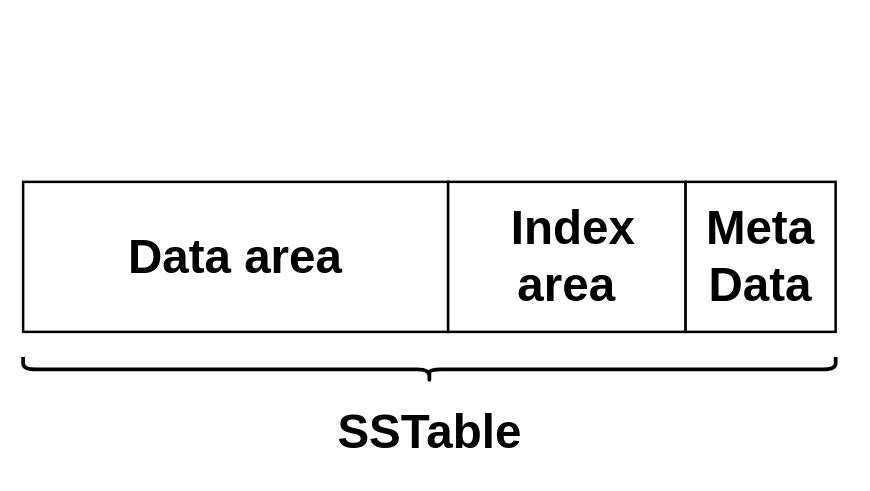
auula/draw.io keeps this draw.io diagram as sst-structure.drawio. Above is the earlier version. Source tidied: cells renumbered, new cells numbered last; positions are measured from the earlier drawing's top-left corner, leaving out a move shared by most shapes. Both pictures are drawn from the tidied source at 125%, with x=0, y=0 at pixel (22, -38).
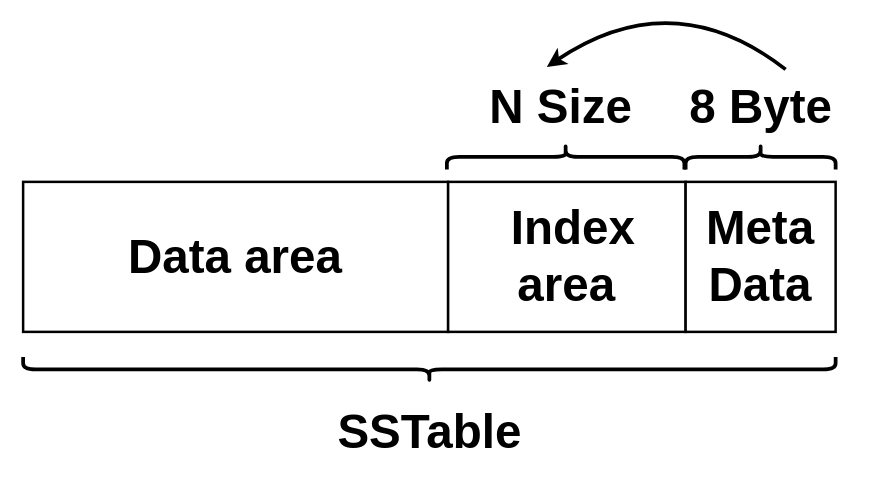
The same diagram, later.

What changed in the source:
```diff
@@
 <mxGraphModel>
   <root>
     <mxCell id="0" />
     <mxCell id="1" parent="0" />
     <mxCell id="2" value="&lt;font style=&quot;font-size: 38px;&quot;&gt;&lt;b&gt;Data area&lt;/b&gt;&lt;/font&gt;" style="rounded=0;whiteSpace=wrap;html=1;strokeWidth=2;" parent="1" vertex="1">
       <mxGeometry y="175" width="340" height="120" as="geometry" />
     </mxCell>
     <mxCell id="3" value="&lt;font style=&quot;font-size: 38px;&quot;&gt;&lt;b&gt;&amp;nbsp;Index area&lt;/b&gt;&lt;/font&gt;" style="rounded=0;whiteSpace=wrap;html=1;strokeWidth=2;" parent="1" vertex="1">
       <mxGeometry x="340" y="175" width="190" height="120" as="geometry" />
     </mxCell>
     <mxCell id="4" value="&lt;font style=&quot;font-size: 38px;&quot;&gt;&lt;b&gt;Meta Data&lt;/b&gt;&lt;/font&gt;" style="rounded=0;whiteSpace=wrap;html=1;strokeWidth=2;" parent="1" vertex="1">
       <mxGeometry x="530" y="175" width="120" height="120" as="geometry" />
     </mxCell>
     <mxCell id="5" style="shape=curlyBracket;whiteSpace=wrap;html=1;rounded=1;strokeWidth=3;fontSize=38;rotation=-90;" parent="1" vertex="1">
       <mxGeometry x="315" width="20" height="650" as="geometry" />
     </mxCell>
     <mxCell id="6" value="&lt;b&gt;SSTable&lt;/b&gt;" style="text;html=1;align=center;verticalAlign=middle;strokeColor=none;fillColor=none;fontSize=38;" parent="1" vertex="1">
       <mxGeometry x="240" y="345" width="170" height="60" as="geometry" />
     </mxCell>
+    <mxCell id="7" style="shape=curlyBracket;whiteSpace=wrap;html=1;rounded=1;flipH=1;strokeWidth=3;fontSize=38;rotation=-90;" parent="1" vertex="1">
+      <mxGeometry x="580" y="95" width="20" height="120" as="geometry" />
+    </mxCell>
+    <mxCell id="8" value="&lt;b&gt;8 Byte&lt;/b&gt;" style="text;html=1;align=center;verticalAlign=middle;points=[];strokeColor=none;fillColor=none;fontSize=38;" parent="1" vertex="1">
+      <mxGeometry x="520" y="85" width="140" height="60" as="geometry" />
+    </mxCell>
+    <mxCell id="9" style="shape=curlyBracket;whiteSpace=wrap;html=1;rounded=1;strokeWidth=3;fontSize=38;rotation=90;" parent="1" vertex="1">
+      <mxGeometry x="424" y="60" width="20" height="190" as="geometry" />
+    </mxCell>
+    <mxCell id="10" value="&lt;b&gt;N Size&lt;/b&gt;" style="text;html=1;align=center;verticalAlign=middle;points=[];strokeColor=none;fillColor=none;fontSize=38;" parent="1" vertex="1">
+      <mxGeometry x="360" y="85" width="140" height="60" as="geometry" />
+    </mxCell>
+    <mxCell id="11" style="curved=1;endArrow=classic;html=1;rounded=0;fontSize=38;entryX=0.421;entryY=-0.033;entryDx=0;entryDy=0;entryPerimeter=0;strokeWidth=3;" parent="1" edge="1" source="8" target="10">
+      <mxGeometry relative="1" as="geometry">
+        <Array as="points">
+          <mxPoint x="610" y="85" />
+          <mxPoint x="520" y="15" />
+        </Array>
+      </mxGeometry>
+    </mxCell>
   </root>
 </mxGraphModel>
```
